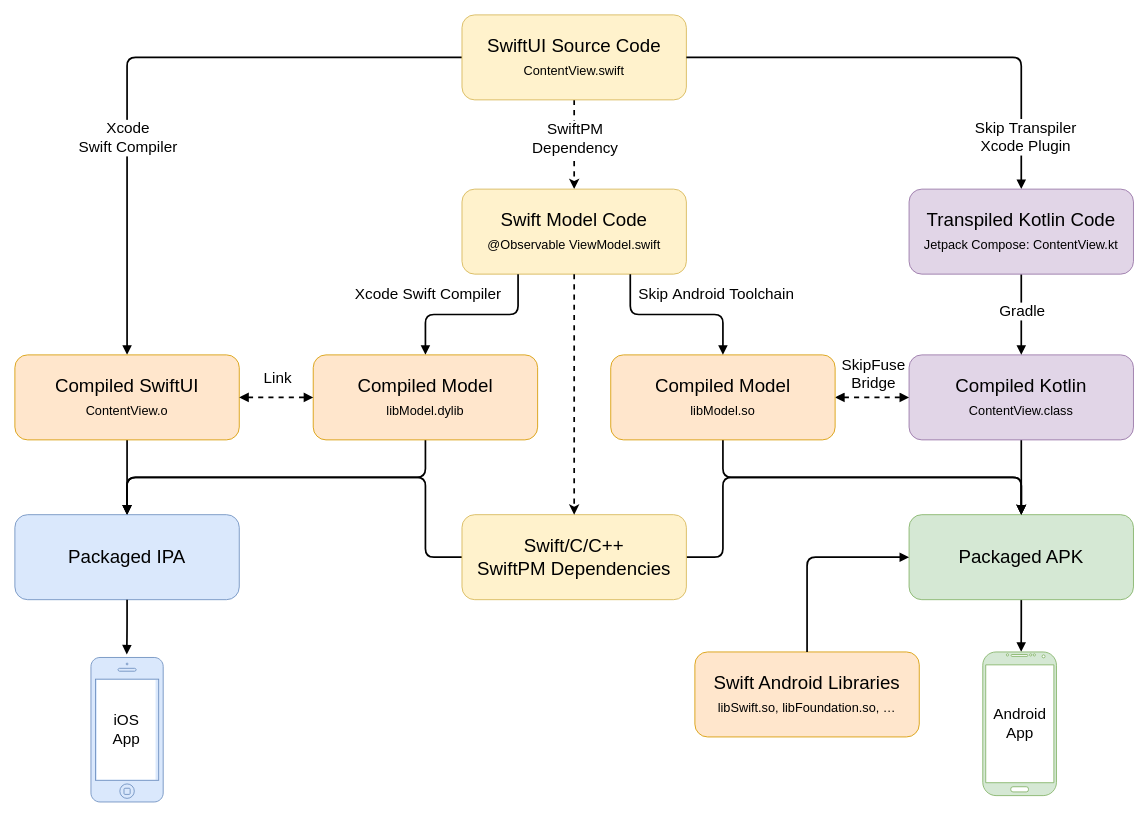
Earlier version of the draw.io diagram page "native" (10 of 15) of diagrams/skip-diagrams.drawio (skiptools/assets.skip.tools). Source tidied: cells renumbered, new cells numbered last; positions are measured from the earlier drawing's top-left corner, leaving out a move shared by most shapes. Both pictures are drawn from the tidied source at 85%, with x=0, y=0 at pixel (14, 14).
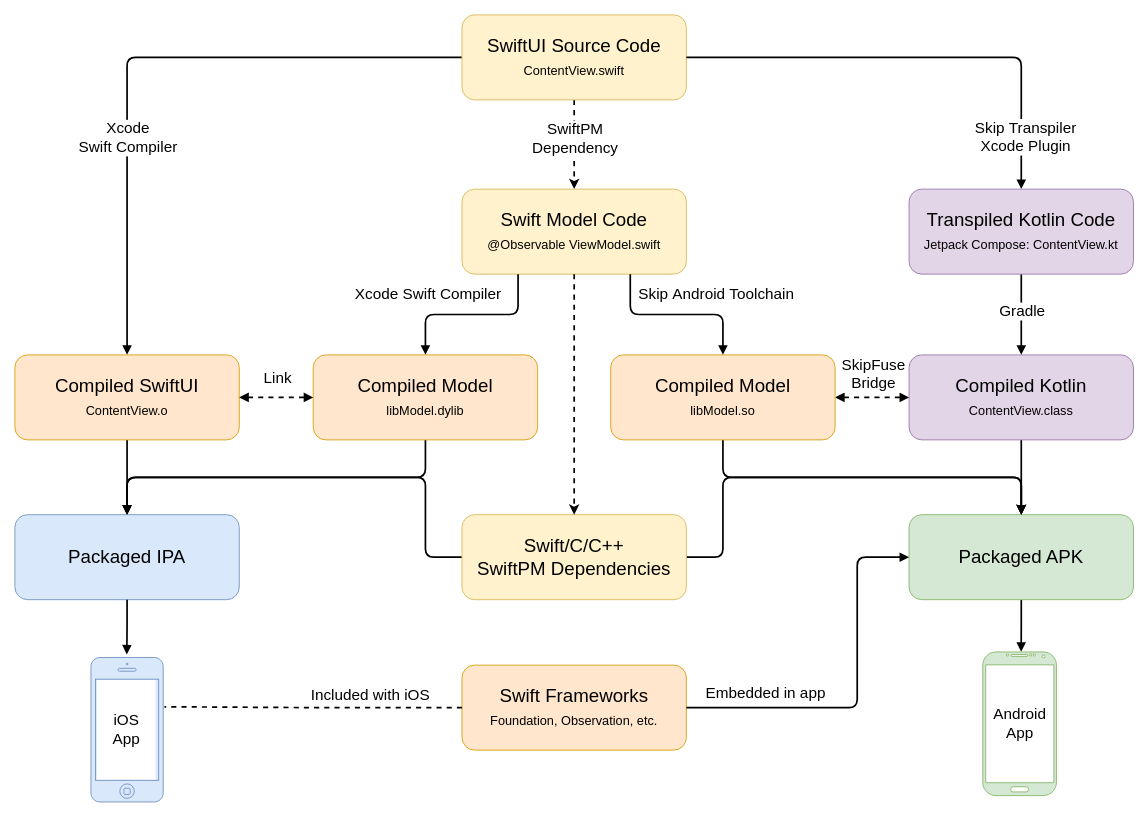
The same diagram, later.

The change refers to these unchanged cells:
```xml
<mxCell id="10" value="Packaged APK" style="rounded=1;whiteSpace=wrap;html=1;fontSize=22;fillColor=#d5e8d4;strokeColor=#82b366;" parent="1" vertex="1">
  <mxGeometry x="1052" y="588" width="264" height="100" as="geometry" />
</mxCell>
```

The edit, as a diff of the source:
```diff
@@
-    <mxCell id="43" value="Swift Android Libraries&lt;div&gt;&lt;font style=&quot;font-size: 15px;&quot;&gt;libSwift.so,&amp;nbsp;&lt;/font&gt;&lt;span style=&quot;font-size: 15px; background-color: initial;&quot;&gt;libFoundation.so, …&lt;/span&gt;&lt;/div&gt;" style="rounded=1;whiteSpace=wrap;html=1;fontSize=22;fillColor=#ffe6cc;strokeColor=#d79b00;" parent="1" vertex="1">
-      <mxGeometry x="800" y="749.5" width="264" height="100" as="geometry" />
+    <mxCell id="43" value="Swift Frameworks&lt;div&gt;&lt;span style=&quot;font-size: 15px; background-color: initial;&quot;&gt;Foundation, Observation, etc.&lt;/span&gt;&lt;/div&gt;" style="rounded=1;whiteSpace=wrap;html=1;fontSize=22;fillColor=#ffe6cc;strokeColor=#d79b00;" parent="1" vertex="1">
+      <mxGeometry x="526" y="765" width="264" height="100" as="geometry" />
     </mxCell>
-    <mxCell id="44" style="edgeStyle=orthogonalEdgeStyle;rounded=1;jettySize=auto;html=1;exitX=0.5;exitY=0;exitDx=0;exitDy=0;entryX=0;entryY=0.5;entryDx=0;entryDy=0;strokeWidth=2;curved=0;endArrow=block;endFill=1;" parent="1" edge="1" source="43" target="10">
+    <mxCell id="44" style="edgeStyle=orthogonalEdgeStyle;rounded=1;jettySize=auto;html=1;exitX=1;exitY=0.5;exitDx=0;exitDy=0;entryX=0;entryY=0.5;entryDx=0;entryDy=0;strokeWidth=2;curved=0;endArrow=block;endFill=1;" parent="1" edge="1" source="43" target="10">
       <mxGeometry relative="1" as="geometry">
         <Array as="points">
-          <mxPoint x="932" y="638" />
+          <mxPoint x="991" y="815" />
+          <mxPoint x="991" y="638" />
         </Array>
       </mxGeometry>
     </mxCell>
+    <mxCell id="45" value="Embedded in app" style="edgeLabel;html=1;align=center;verticalAlign=middle;fontSize=18;" parent="44" vertex="1">
+      <mxGeometry x="-0.65" y="-1" relative="1" as="geometry">
+        <mxPoint x="15" y="-19" as="offset" />
+      </mxGeometry>
+    </mxCell>
+    <mxCell id="46" style="edgeStyle=orthogonalEdgeStyle;rounded=0;jettySize=auto;html=1;exitX=0;exitY=0.5;exitDx=0;exitDy=0;strokeWidth=2;endArrow=none;startFill=0;dashed=1;" parent="1" edge="1" source="43">
+      <mxGeometry relative="1" as="geometry">
+        <mxPoint x="176" y="814" as="targetPoint" />
+      </mxGeometry>
+    </mxCell>
+    <mxCell id="47" value="&lt;font style=&quot;font-size: 18px;&quot;&gt;Included with iOS&lt;/font&gt;" style="edgeLabel;html=1;align=center;verticalAlign=middle;" parent="46" vertex="1">
+      <mxGeometry x="-0.15" y="5" relative="1" as="geometry">
+        <mxPoint x="40" y="-21" as="offset" />
+      </mxGeometry>
+    </mxCell>
```
